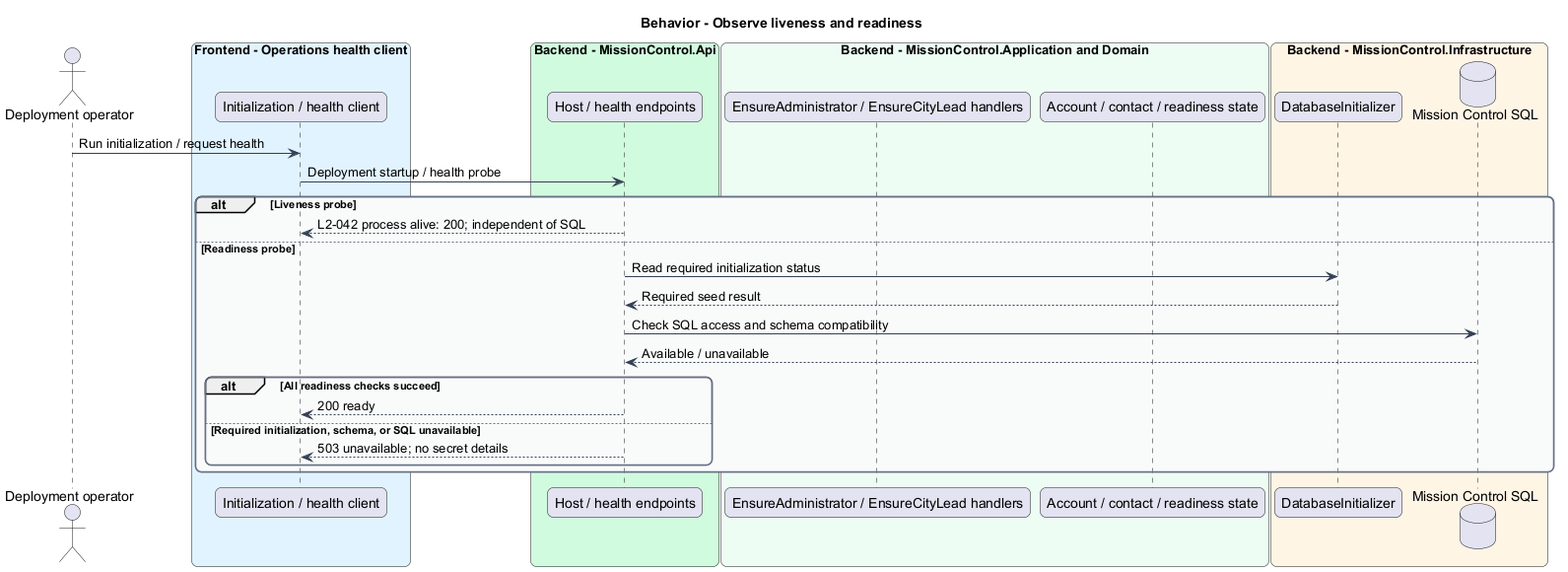
Above: docs/detailed-designs/identity/initialize-administrator/diagrams/sequence-health.png in QuinntyneBrown/mission-control (PlantUML), before the change.
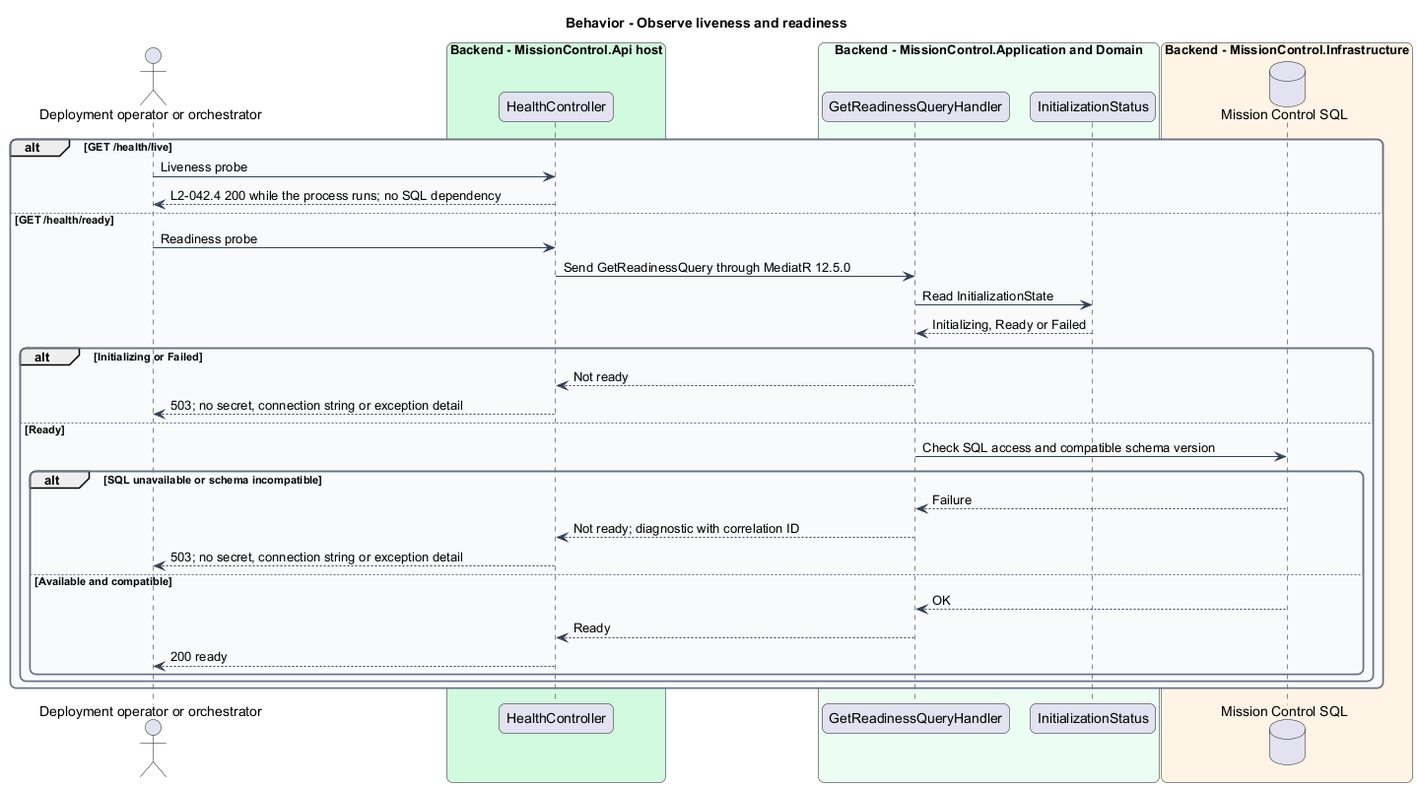
After the change.

What changed in the source:
```diff
@@ -14,34 +14,39 @@
   BackgroundColor #F9FAFB
 }
 title Behavior - Observe liveness and readiness
-actor "Deployment operator" as actor
-box "Frontend - Operations health client" #E0F2FE
-  participant "Initialization / health client" as page
-end box
-box "Backend - MissionControl.Api" #D1FADF
-  participant "Host / health endpoints" as ctrl
+actor "Deployment operator or orchestrator" as actor
+box "Backend - MissionControl.Api host" #D1FADF
+  participant "HealthController" as ctrl
 end box
 box "Backend - MissionControl.Application and Domain" #ECFDF3
-  participant "EnsureAdministrator / EnsureCityLead handlers" as handler
-  participant "Account / contact / readiness state" as entity
+  participant "GetReadinessQueryHandler" as handler
+  participant "InitializationStatus" as status
 end box
 box "Backend - MissionControl.Infrastructure" #FFF4E5
-  participant "DatabaseInitializer" as init
   database "Mission Control SQL" as db
 end box
-actor -> page : Run initialization / request health
-page -> ctrl : Deployment startup / health probe
-alt Liveness probe
-  ctrl --> page : L2-042 process alive: 200; independent of SQL
-else Readiness probe
-  ctrl -> init : Read required initialization status
-  init --> ctrl : Required seed result
-  ctrl -> db : Check SQL access and schema compatibility
-  db --> ctrl : Available / unavailable
-  alt All readiness checks succeed
-    ctrl --> page : 200 ready
-  else Required initialization, schema, or SQL unavailable
-    ctrl --> page : 503 unavailable; no secret details
+alt GET /health/live
+  actor -> ctrl : Liveness probe
+  ctrl --> actor : L2-042.4 200 while the process runs; no SQL dependency
+else GET /health/ready
+  actor -> ctrl : Readiness probe
+  ctrl -> handler : Send GetReadinessQuery through MediatR 12.5.0
+  handler -> status : Read InitializationState
+  status --> handler : Initializing, Ready or Failed
+  alt Initializing or Failed
+    handler --> ctrl : Not ready
+    ctrl --> actor : 503; no secret, connection string or exception detail
+  else Ready
+    handler -> db : Check SQL access and compatible schema version
+    alt SQL unavailable or schema incompatible
+      db --> handler : Failure
+      handler --> ctrl : Not ready; diagnostic with correlation ID
+      ctrl --> actor : 503; no secret, connection string or exception detail
+    else Available and compatible
+      db --> handler : OK
+      handler --> ctrl : Ready
+      ctrl --> actor : 200 ready
+    end
   end
 end
 @enduml
```
